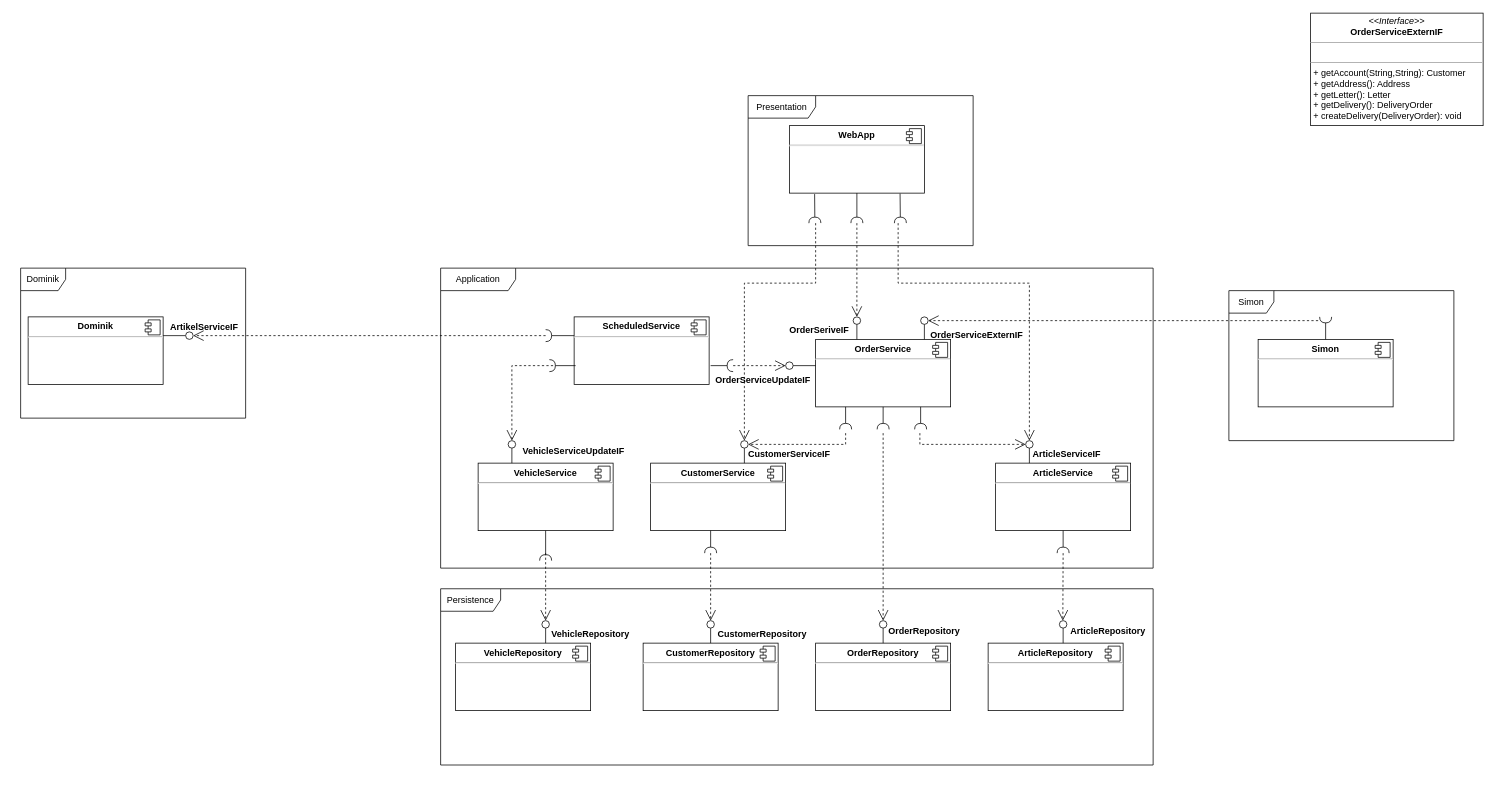
The draw.io diagram componentDiagram.drawio in MatthiasEberhardt/Softwareentwicklung, before the edit. Source tidied: cells renumbered, new cells numbered last; positions are measured from the earlier drawing's top-left corner, leaving out a move shared by most shapes. Both pictures are drawn from the tidied source at 75%, with x=0, y=0 at pixel (20, 13).
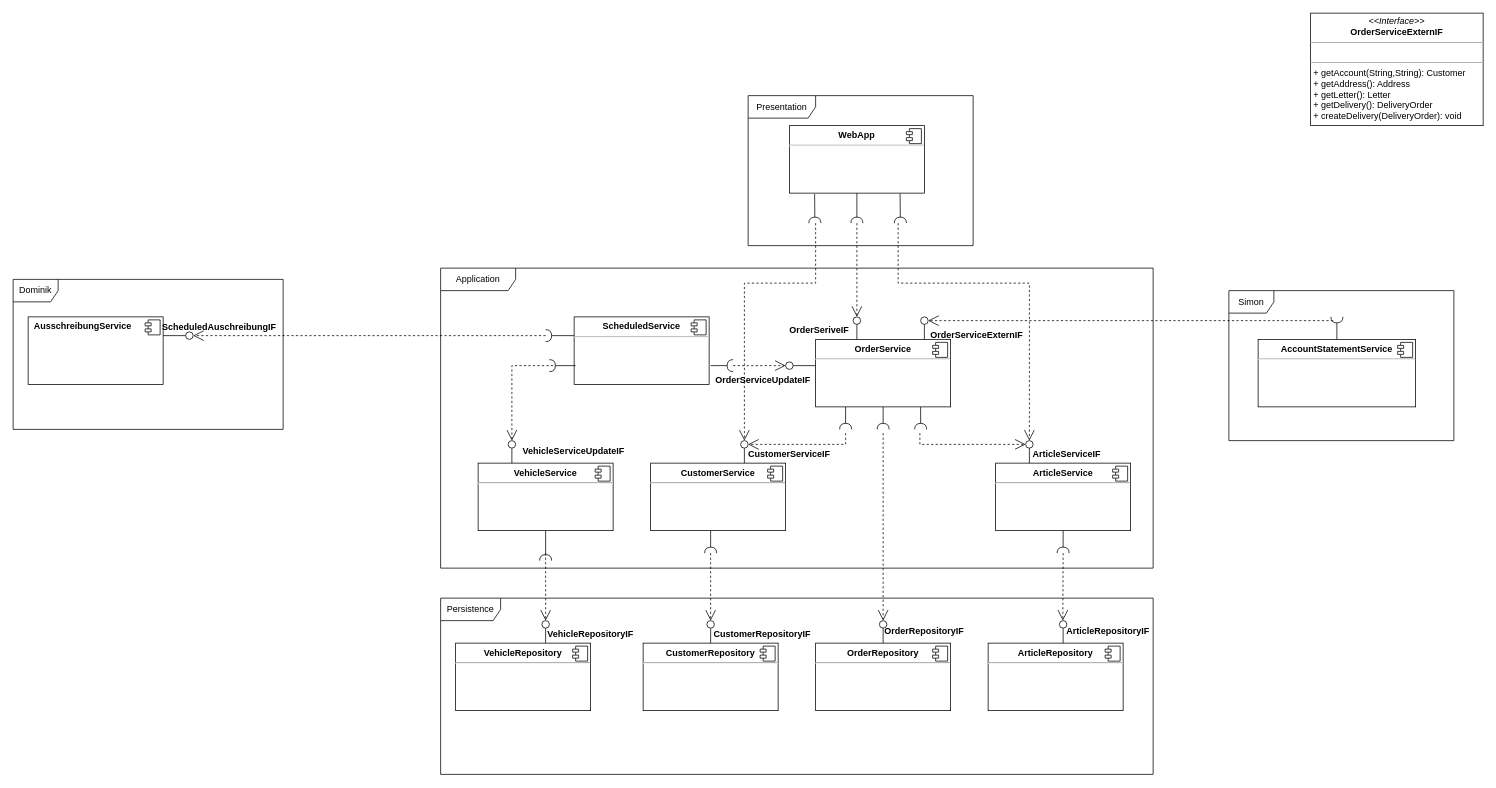
The same diagram, later.

The change refers to these unchanged cells:
```xml
<mxCell id="37" style="ellipse;whiteSpace=wrap;html=1;align=center;points=[];outlineConnect=0;sketch=0;" parent="1" vertex="1">
  <mxGeometry x="1200" y="405" width="10" height="10" as="geometry" />
</mxCell>
```

Change to the diagram source:
```diff
@@
     <mxCell id="25" value="Persistence" style="shape=umlFrame;whiteSpace=wrap;html=1;width=80;height=30;" parent="1" vertex="1">
-      <mxGeometry x="560" y="767.5" width="950" height="235" as="geometry" />
+      <mxGeometry x="560" y="780" width="950" height="235" as="geometry" />
     </mxCell>
@@
-    <mxCell id="64" value="&lt;p style=&quot;margin: 0px ; margin-top: 6px ; text-align: center&quot;&gt;&lt;b&gt;Dominik&lt;/b&gt;&lt;/p&gt;&lt;hr&gt;&lt;p style=&quot;margin: 0px ; margin-left: 8px&quot;&gt;&lt;br&gt;&lt;/p&gt;" style="align=left;overflow=fill;html=1;" parent="1" vertex="1">
+    <mxCell id="64" value="&lt;p style=&quot;margin: 0px ; margin-top: 6px ; text-align: center&quot;&gt;&lt;/p&gt;&lt;p style=&quot;margin: 0px ; margin-left: 8px&quot;&gt;&lt;b&gt;AusschreibungService&lt;/b&gt;&lt;/p&gt;" style="align=left;overflow=fill;html=1;" parent="1" vertex="1">
       <mxGeometry x="10" y="405" width="180" height="90" as="geometry" />
     </mxCell>
@@
-    <mxCell id="66" value="&lt;p style=&quot;margin: 0px ; margin-top: 6px ; text-align: center&quot;&gt;&lt;b&gt;Simon&lt;/b&gt;&lt;/p&gt;&lt;hr&gt;&lt;p style=&quot;margin: 0px ; margin-left: 8px&quot;&gt;&lt;br&gt;&lt;/p&gt;" style="align=left;overflow=fill;html=1;" parent="1" vertex="1">
-      <mxGeometry x="1650" y="435" width="180" height="90" as="geometry" />
+    <mxCell id="66" value="&lt;p style=&quot;margin: 0px ; margin-top: 6px ; text-align: center&quot;&gt;&lt;b&gt;AccountStatementService&lt;/b&gt;&lt;/p&gt;&lt;hr&gt;&lt;p style=&quot;margin: 0px ; margin-left: 8px&quot;&gt;&lt;br&gt;&lt;/p&gt;" style="align=left;overflow=fill;html=1;" parent="1" vertex="1">
+      <mxGeometry x="1650" y="435" width="210" height="90" as="geometry" />
     </mxCell>
@@
     <mxCell id="68" style="rounded=0;jettySize=auto;html=1;endArrow=halfCircle;endFill=0;endSize=6;strokeWidth=1;sketch=0;exitX=0.5;exitY=0;exitDx=0;exitDy=0;" parent="1" edge="1" source="66">
       <mxGeometry relative="1" as="geometry">
-        <mxPoint x="1740" y="405" as="targetPoint" />
+        <mxPoint x="1755" y="405" as="targetPoint" />
       </mxGeometry>
     </mxCell>
@@
     <mxCell id="70" style="endArrow=open;endSize=12;dashed=1;html=1;rounded=0;" parent="1" edge="1" target="37">
       <mxGeometry relative="1" as="geometry">
-        <mxPoint x="1730" y="410" as="sourcePoint" />
+        <mxPoint x="1750" y="410" as="sourcePoint" />
       </mxGeometry>
     </mxCell>
@@
     <mxCell id="76" value="Dominik" style="shape=umlFrame;whiteSpace=wrap;html=1;" parent="1" vertex="1">
-      <mxGeometry y="340" width="300" height="200" as="geometry" />
+      <mxGeometry x="-10" y="355" width="360" height="200" as="geometry" />
     </mxCell>
@@
-    <mxCell id="86" value="ArtikelServiceIF" style="text;align=center;fontStyle=1;verticalAlign=middle;spacingLeft=3;spacingRight=3;strokeColor=none;" parent="1" vertex="1">
-      <mxGeometry x="190" y="405" width="110" height="26" as="geometry" />
+    <mxCell id="86" value="ScheduledAuschreibungIF" style="text;align=center;fontStyle=1;verticalAlign=middle;spacingLeft=3;spacingRight=3;strokeColor=none;" parent="1" vertex="1">
+      <mxGeometry x="210" y="405" width="110" height="26" as="geometry" />
     </mxCell>
-    <mxCell id="87" value="VehicleRepository" style="text;align=center;fontStyle=1;verticalAlign=middle;spacingLeft=3;spacingRight=3;strokeColor=none;" parent="1" vertex="1">
+    <mxCell id="87" value="VehicleRepositoryIF" style="text;align=center;fontStyle=1;verticalAlign=middle;spacingLeft=3;spacingRight=3;strokeColor=none;" parent="1" vertex="1">
       <mxGeometry x="705" y="814" width="110" height="26" as="geometry" />
     </mxCell>
-    <mxCell id="88" value="OrderRepository" style="text;align=center;fontStyle=1;verticalAlign=middle;spacingLeft=3;spacingRight=3;strokeColor=none;" parent="1" vertex="1">
+    <mxCell id="88" value="OrderRepositoryIF" style="text;align=center;fontStyle=1;verticalAlign=middle;spacingLeft=3;spacingRight=3;strokeColor=none;" parent="1" vertex="1">
       <mxGeometry x="1150" y="810" width="110" height="26" as="geometry" />
     </mxCell>
-    <mxCell id="89" value="CustomerRepository" style="text;align=center;fontStyle=1;verticalAlign=middle;spacingLeft=3;spacingRight=3;strokeColor=none;" parent="1" vertex="1">
+    <mxCell id="89" value="CustomerRepositoryIF" style="text;align=center;fontStyle=1;verticalAlign=middle;spacingLeft=3;spacingRight=3;strokeColor=none;" parent="1" vertex="1">
       <mxGeometry x="934" y="814" width="110" height="26" as="geometry" />
     </mxCell>
-    <mxCell id="90" value="ArticleRepository" style="text;align=center;fontStyle=1;verticalAlign=middle;spacingLeft=3;spacingRight=3;strokeColor=none;" parent="1" vertex="1">
+    <mxCell id="90" value="ArticleRepositoryIF" style="text;align=center;fontStyle=1;verticalAlign=middle;spacingLeft=3;spacingRight=3;strokeColor=none;" parent="1" vertex="1">
       <mxGeometry x="1395" y="810" width="110" height="26" as="geometry" />
     </mxCell>
```
